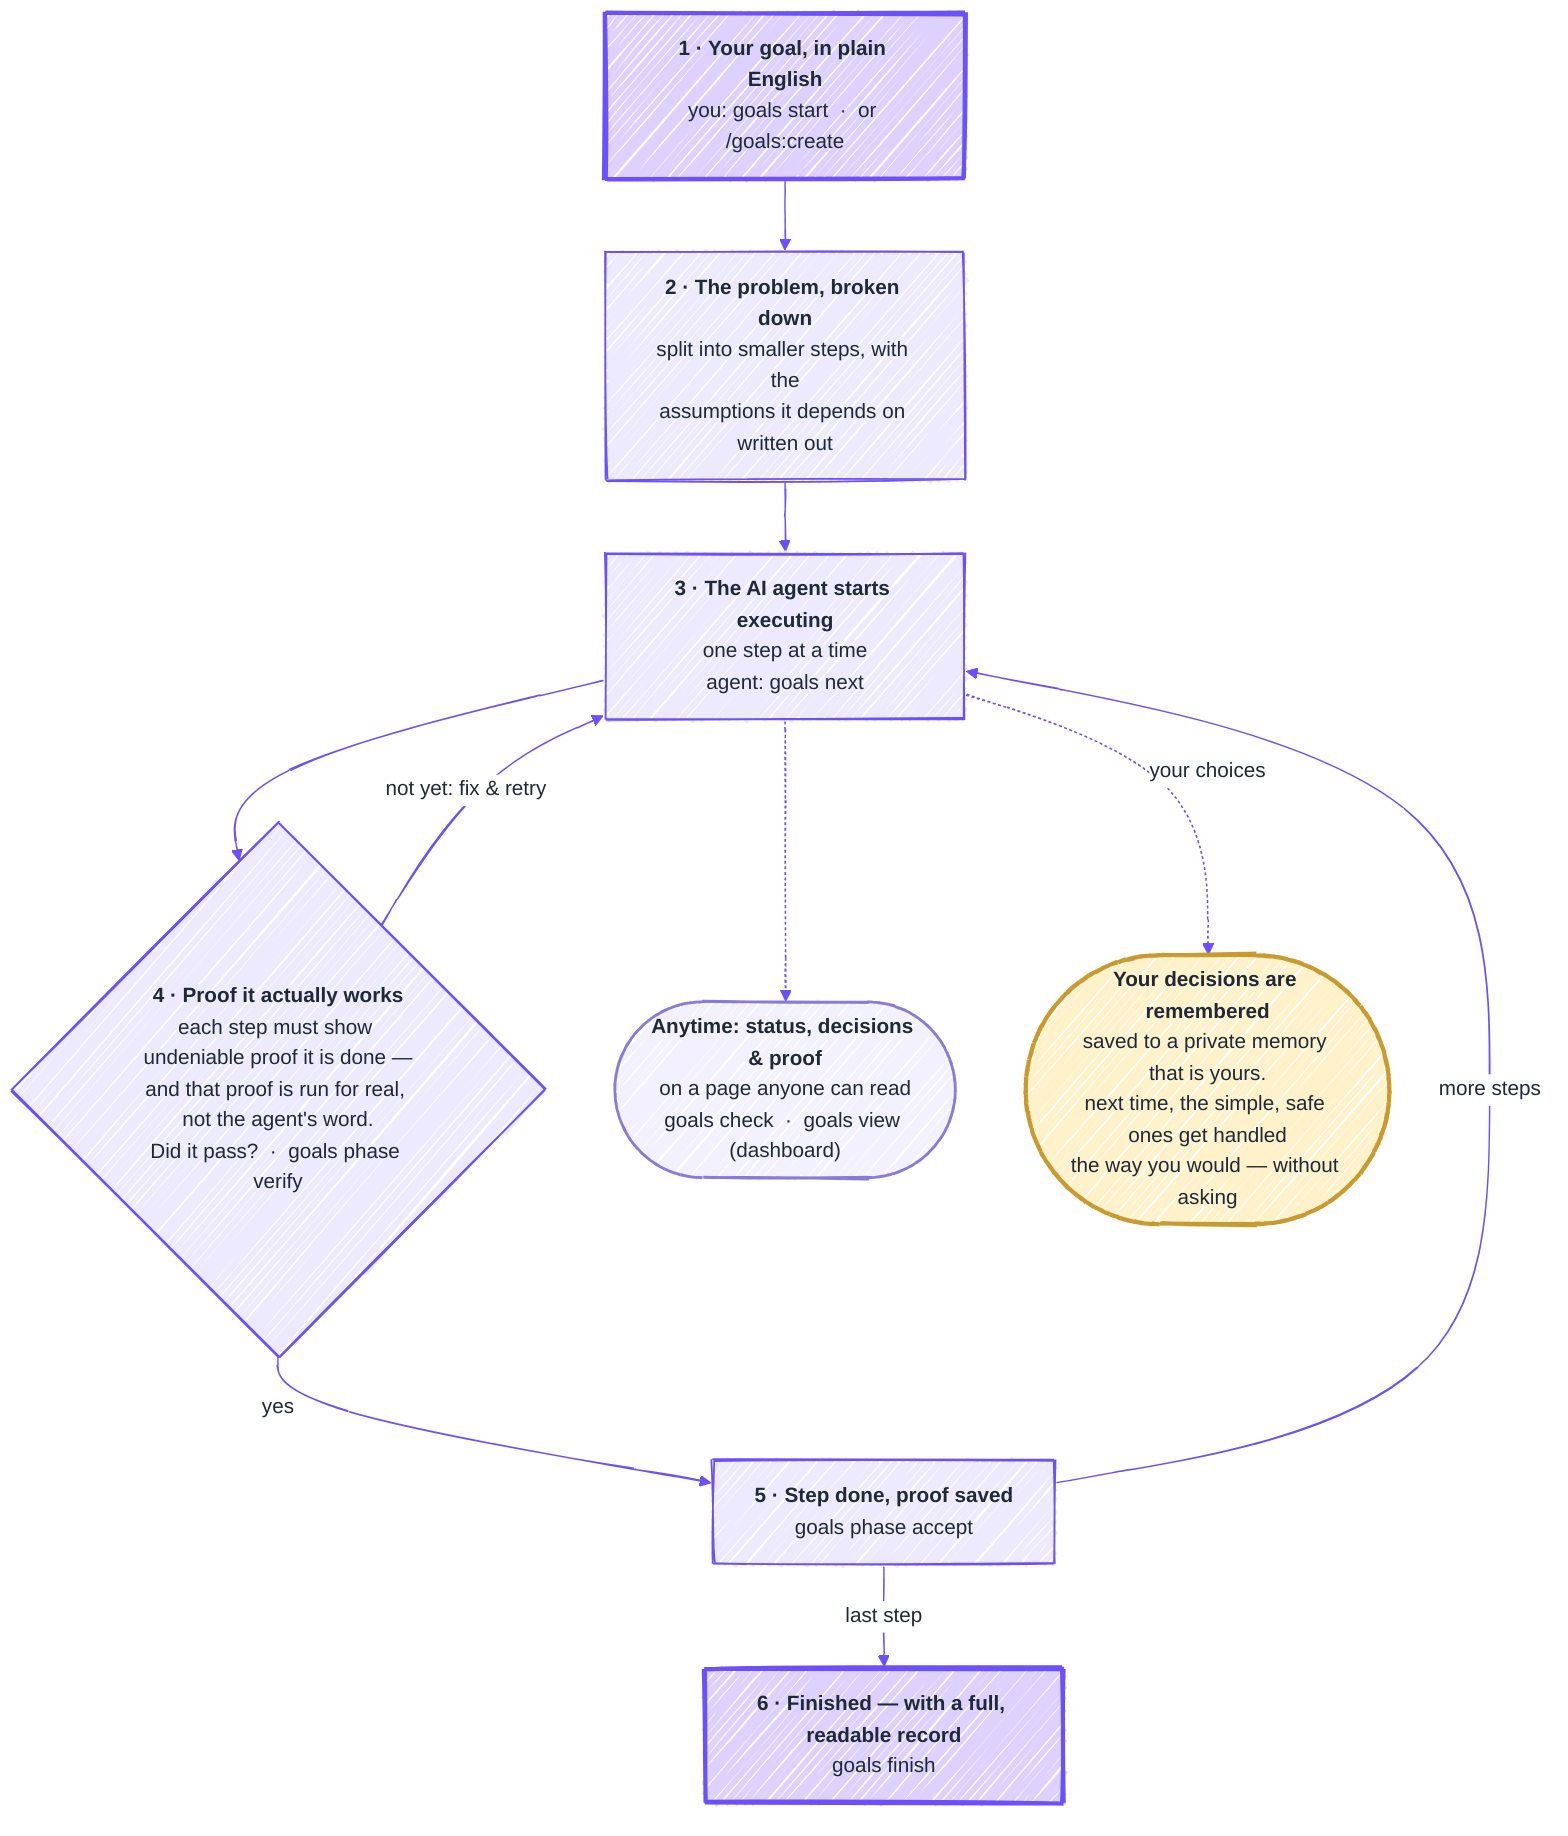
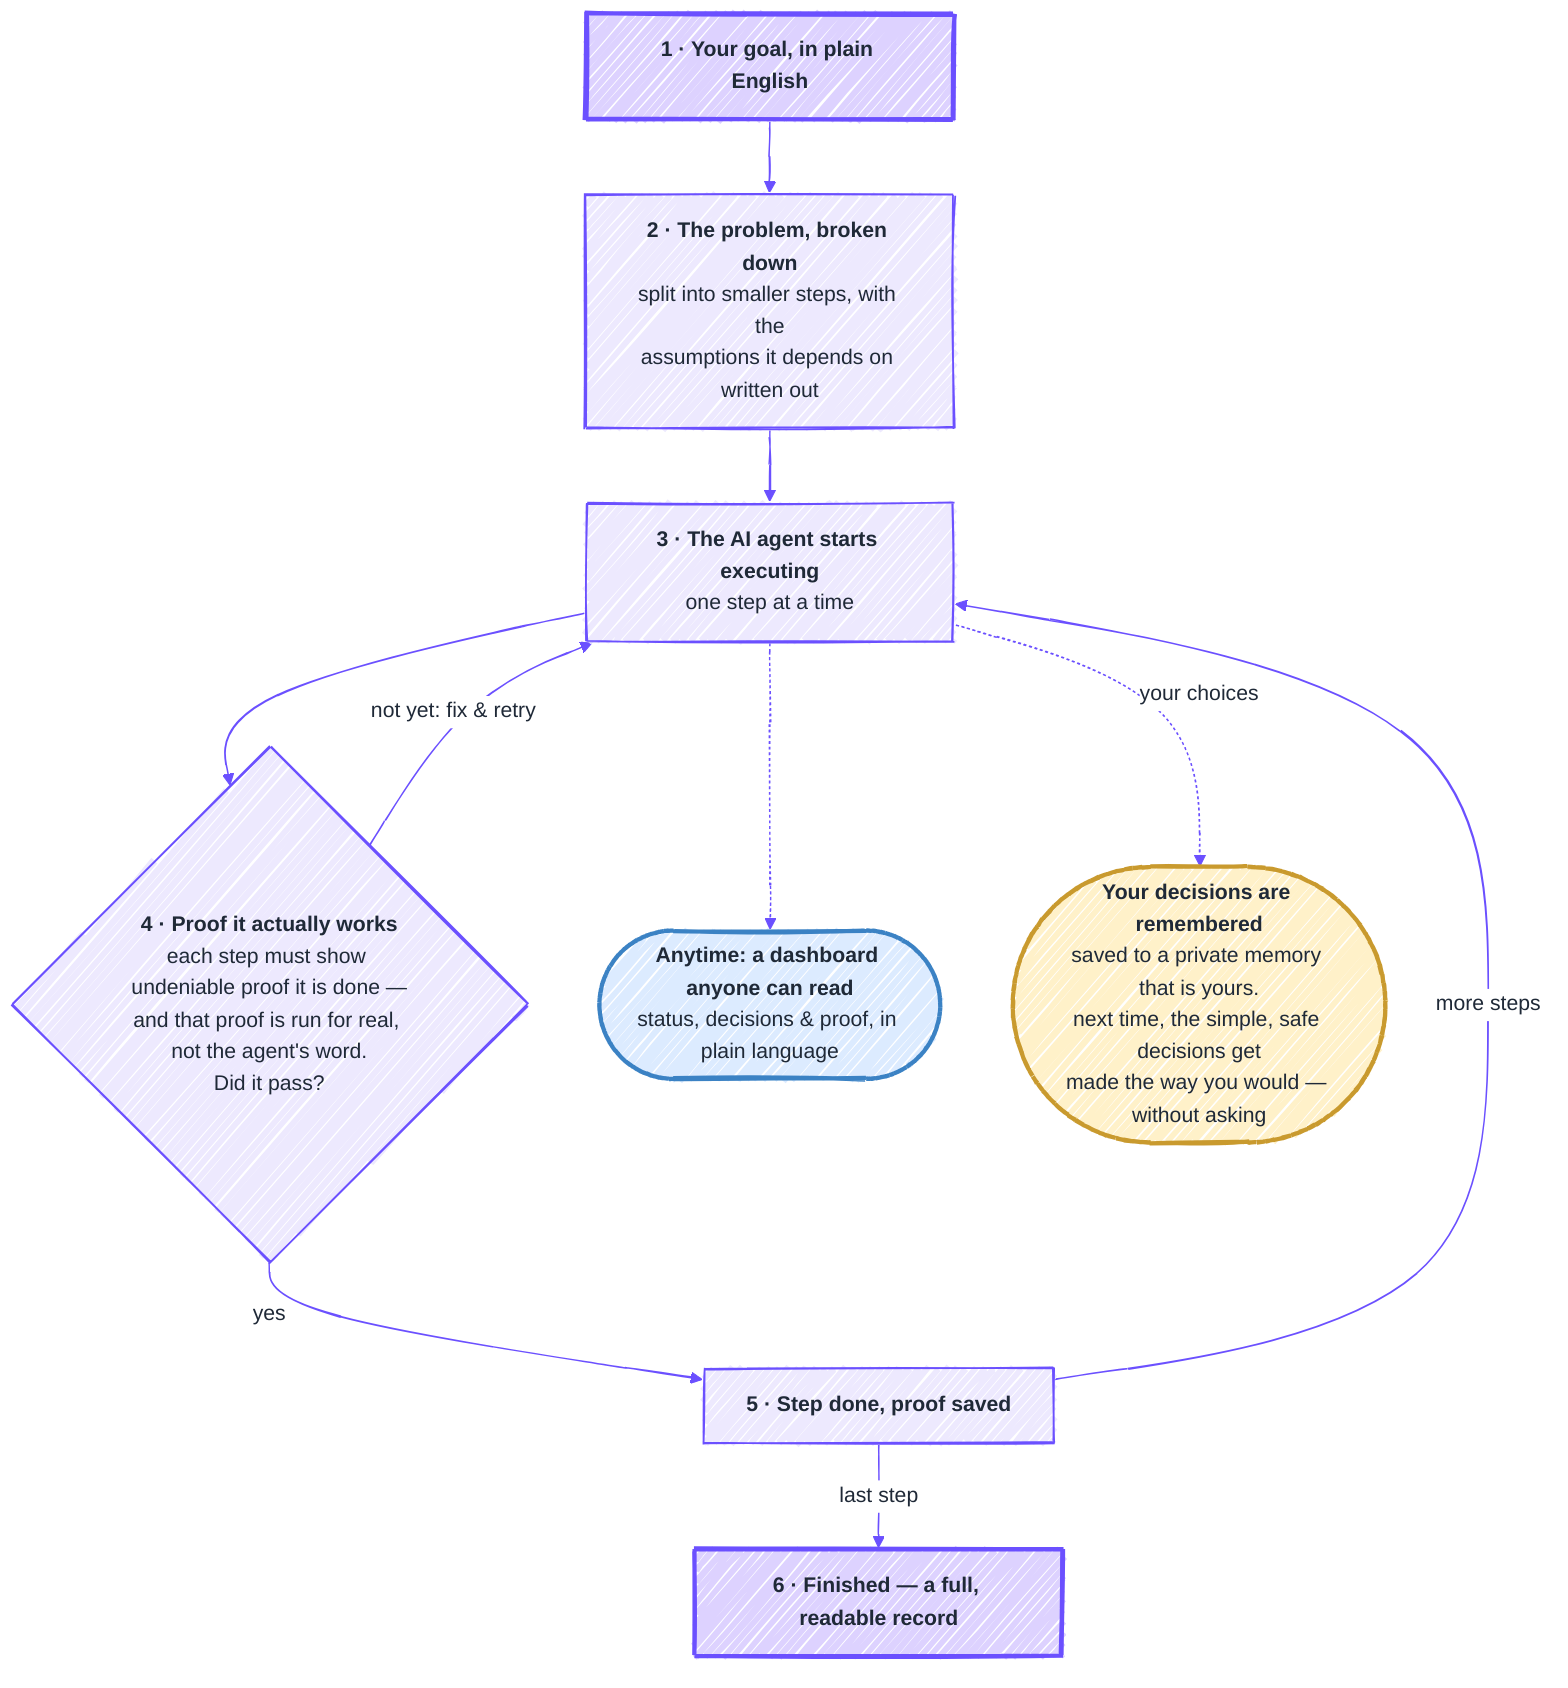
---
config:
  look: handDrawn
  theme: base
  themeVariables:
    primaryColor: "#EDE9FE"
    primaryBorderColor: "#6B50FF"
    primaryTextColor: "#1F2937"
    lineColor: "#6B50FF"
    edgeLabelBackground: "#ffffff"
    fontSize: "15px"
---
flowchart TD
-     A["<b>1 · Your goal, in plain English</b><br/>you: goals start  ·  or /goals:create"]
+     A["<b>1 · Your goal, in plain English</b>"]
    B["<b>2 · The problem, broken down</b><br/>split into smaller steps, with the<br/>assumptions it depends on written out"]
-     C["<b>3 · The AI agent starts executing</b><br/>one step at a time<br/>agent: goals next"]
-     D{"<b>4 · Proof it actually works</b><br/>each step must show undeniable proof it is done —<br/>and that proof is run for real, not the agent's word.<br/>Did it pass?  ·  goals phase verify"}
-     E["<b>5 · Step done, proof saved</b><br/>goals phase accept"]
-     F["<b>6 · Finished — with a full, readable record</b><br/>goals finish"]
-     DASH(["<b>Anytime: status, decisions &amp; proof</b><br/>on a page anyone can read<br/>goals check  ·  goals view (dashboard)"])
-     MEM(["<b>Your decisions are remembered</b><br/>saved to a private memory that is yours.<br/>next time, the simple, safe ones get handled<br/>the way you would — without asking"])
+     C["<b>3 · The AI agent starts executing</b><br/>one step at a time"]
+     D{"<b>4 · Proof it actually works</b><br/>each step must show undeniable proof it is done —<br/>and that proof is run for real, not the agent's word.<br/>Did it pass?"}
+     E["<b>5 · Step done, proof saved</b>"]
+     F["<b>6 · Finished — a full, readable record</b>"]
+     DASH(["<b>Anytime: a dashboard anyone can read</b><br/>status, decisions &amp; proof, in plain language"])
+     MEM(["<b>Your decisions are remembered</b><br/>saved to a private memory that is yours.<br/>next time, the simple, safe decisions get<br/>made the way you would — without asking"])

    A --> B --> C --> D
    D -- "not yet: fix &amp; retry" --> C
    D -- "yes" --> E
    E -- "more steps" --> C
    E -- "last step" --> F
    C -.-> DASH
    C -. "your choices" .-> MEM

    classDef youstep fill:#DDD2FF,stroke:#6B50FF,stroke-width:3px,color:#1F2937;
-     classDef look fill:#F3F0FF,stroke:#8A7BD8,stroke-width:2px,color:#1F2937;
+     classDef look fill:#DCEBFF,stroke:#3B82C4,stroke-width:3px,color:#1F2937;
    classDef mem fill:#FFF1C9,stroke:#C99A2E,stroke-width:3px,color:#1F2937;
    class A,F youstep;
    class DASH look;
    class MEM mem;
